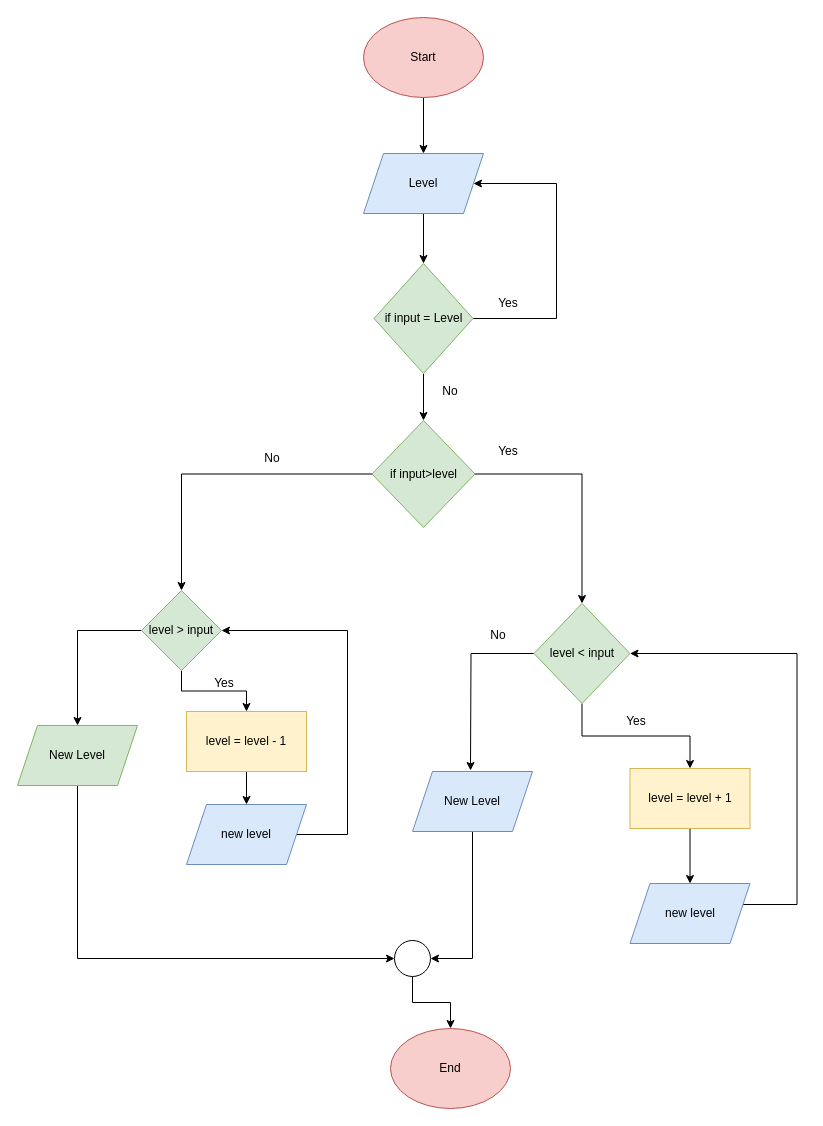
Before: Proteus simulation/Flowchart_task1.drawio in nhjoy/Elevator-Design-with-assembly, a draw.io diagram. Source tidied: cells renumbered, new cells numbered last; positions are measured from the earlier drawing's top-left corner, leaving out a move shared by most shapes. Both pictures are drawn from the tidied source at 100%, with x=0, y=0 at pixel (17, 17).
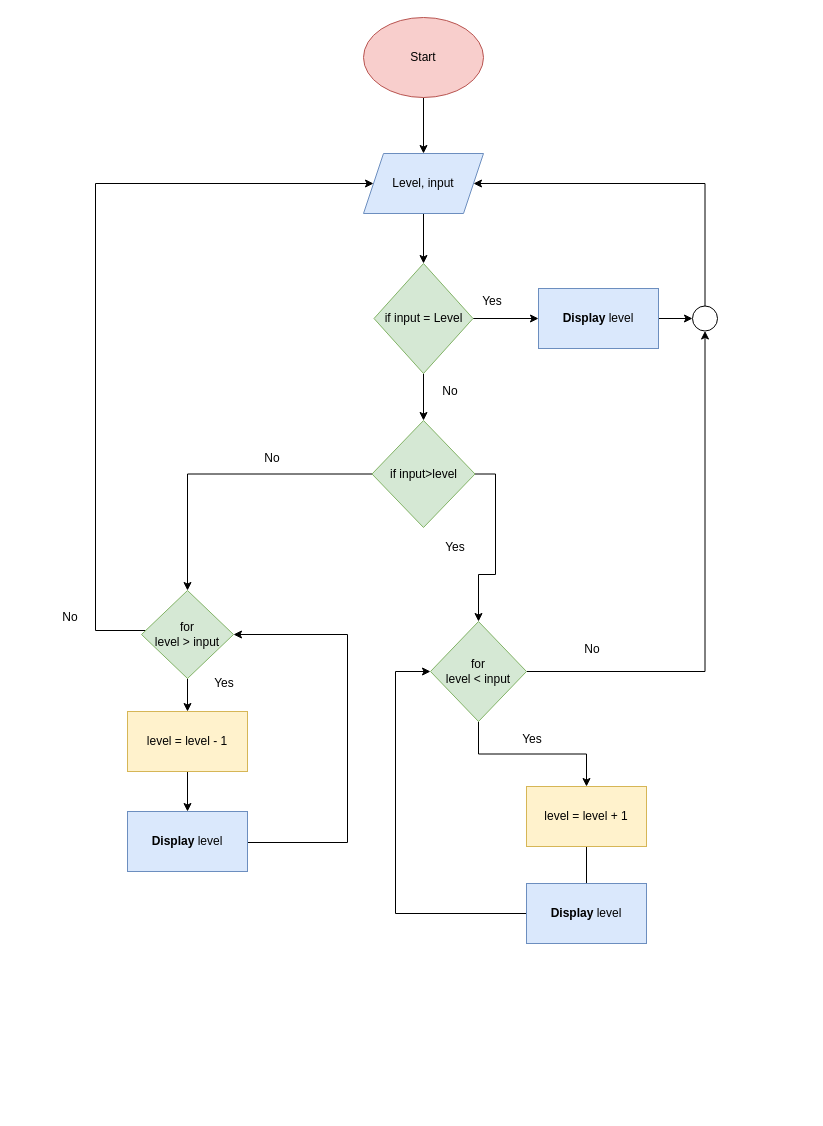
After the change.

The change refers to these unchanged cells:
```xml
<mxCell id="8" value="if input = Level" style="rhombus;whiteSpace=wrap;html=1;fillColor=#d5e8d4;strokeColor=#82b366;" parent="1" vertex="1">
  <mxGeometry x="356.5" y="246" width="99" height="110" as="geometry" />
</mxCell>
<mxCell id="12" value="if input&amp;gt;level" style="rhombus;whiteSpace=wrap;html=1;fillColor=#d5e8d4;strokeColor=#82b366;" parent="1" vertex="1">
  <mxGeometry x="354.5" y="403" width="103" height="107" as="geometry" />
</mxCell>
```

What changed in the source:
```diff
@@
-    <mxCell id="5" value="Level" style="shape=parallelogram;perimeter=parallelogramPerimeter;whiteSpace=wrap;html=1;fixedSize=1;fillColor=#dae8fc;strokeColor=#6c8ebf;" parent="1" vertex="1">
+    <mxCell id="5" value="Level, input" style="shape=parallelogram;perimeter=parallelogramPerimeter;whiteSpace=wrap;html=1;fixedSize=1;fillColor=#dae8fc;strokeColor=#6c8ebf;" parent="1" vertex="1">
       <mxGeometry x="346" y="136" width="120" height="60" as="geometry" />
     </mxCell>
-    <mxCell id="6" style="edgeStyle=orthogonalEdgeStyle;rounded=0;jettySize=auto;html=1;" parent="1" edge="1" source="8" target="5">
-      <mxGeometry relative="1" as="geometry">
-        <Array as="points">
-          <mxPoint x="539" y="301" />
-          <mxPoint x="539" y="166" />
-        </Array>
-      </mxGeometry>
-    </mxCell>
@@
+    <mxCell id="40" style="edgeStyle=orthogonalEdgeStyle;rounded=0;jettySize=auto;html=1;" parent="1" edge="1" source="8" target="50">
+      <mxGeometry relative="1" as="geometry" />
+    </mxCell>
@@
     <mxCell id="9" value="Yes" style="text;html=1;strokeColor=none;fillColor=none;align=center;verticalAlign=middle;whiteSpace=wrap;rounded=0;" parent="1" vertex="1">
-      <mxGeometry x="471" y="276" width="40" height="20" as="geometry" />
+      <mxGeometry x="455" y="274" width="40" height="20" as="geometry" />
     </mxCell>
     <mxCell id="10" style="edgeStyle=orthogonalEdgeStyle;rounded=0;jettySize=auto;html=1;" parent="1" edge="1" source="12" target="19">
-      <mxGeometry relative="1" as="geometry" />
+      <mxGeometry relative="1" as="geometry">
+        <Array as="points">
+          <mxPoint x="478" y="457" />
+          <mxPoint x="478" y="557" />
+          <mxPoint x="461" y="557" />
+        </Array>
+      </mxGeometry>
     </mxCell>
@@
-    <mxCell id="13" style="edgeStyle=orthogonalEdgeStyle;rounded=0;jettySize=auto;html=1;" parent="1" edge="1" source="14" target="22">
-      <mxGeometry relative="1" as="geometry" />
+    <mxCell id="13" style="edgeStyle=orthogonalEdgeStyle;rounded=0;jettySize=auto;html=1;" parent="1" edge="1" source="14">
+      <mxGeometry relative="1" as="geometry">
+        <mxPoint x="569" y="884" as="targetPoint" />
+      </mxGeometry>
     </mxCell>
     <mxCell id="14" value="level = level + 1" style="rounded=0;whiteSpace=wrap;html=1;fillColor=#fff2cc;strokeColor=#d6b656;" parent="1" vertex="1">
-      <mxGeometry x="612.5" y="751" width="120" height="60" as="geometry" />
+      <mxGeometry x="509" y="769" width="120" height="60" as="geometry" />
     </mxCell>
@@
     <mxCell id="16" value="Yes" style="text;html=1;strokeColor=none;fillColor=none;align=center;verticalAlign=middle;whiteSpace=wrap;rounded=0;" parent="1" vertex="1">
-      <mxGeometry x="471" y="424" width="40" height="20" as="geometry" />
+      <mxGeometry x="417.5" y="520" width="40" height="20" as="geometry" />
     </mxCell>
@@
-    <mxCell id="18" style="edgeStyle=orthogonalEdgeStyle;rounded=0;jettySize=auto;html=1;" parent="1" edge="1" source="19">
-      <mxGeometry relative="1" as="geometry">
-        <mxPoint x="453" y="753" as="targetPoint" />
-      </mxGeometry>
-    </mxCell>
+    <mxCell id="41" style="edgeStyle=orthogonalEdgeStyle;rounded=0;jettySize=auto;html=1;entryX=0.5;entryY=1;entryDx=0;entryDy=0;" parent="1" edge="1" source="19" target="47">
+      <mxGeometry relative="1" as="geometry" />
+    </mxCell>
-    <mxCell id="19" value="level &amp;lt; input" style="rhombus;whiteSpace=wrap;html=1;strokeColor=#82b366;fillColor=#d5e8d4;" parent="1" vertex="1">
-      <mxGeometry x="516.5" y="586" width="96" height="100" as="geometry" />
+    <mxCell id="19" value="for&lt;br&gt;level &amp;lt; input" style="rhombus;whiteSpace=wrap;html=1;strokeColor=#82b366;fillColor=#d5e8d4;" parent="1" vertex="1">
+      <mxGeometry x="413" y="604" width="96" height="100" as="geometry" />
     </mxCell>
     <mxCell id="20" value="Yes" style="text;html=1;strokeColor=none;fillColor=none;align=center;verticalAlign=middle;whiteSpace=wrap;rounded=0;" parent="1" vertex="1">
-      <mxGeometry x="598.5" y="694" width="40" height="20" as="geometry" />
+      <mxGeometry x="495" y="712" width="40" height="20" as="geometry" />
     </mxCell>
-    <mxCell id="21" style="edgeStyle=orthogonalEdgeStyle;rounded=0;jettySize=auto;html=1;entryX=1;entryY=0.5;entryDx=0;entryDy=0;" parent="1" edge="1" source="22" target="19">
-      <mxGeometry relative="1" as="geometry">
-        <Array as="points">
-          <mxPoint x="779.5" y="887" />
-          <mxPoint x="779.5" y="636" />
-        </Array>
-      </mxGeometry>
-    </mxCell>
-    <mxCell id="22" value="new level" style="shape=parallelogram;perimeter=parallelogramPerimeter;whiteSpace=wrap;html=1;fixedSize=1;fillColor=#dae8fc;strokeColor=#6c8ebf;" parent="1" vertex="1">
-      <mxGeometry x="612.5" y="866" width="120" height="60" as="geometry" />
-    </mxCell>
-    <mxCell id="23" style="edgeStyle=orthogonalEdgeStyle;rounded=0;jettySize=auto;html=1;entryX=1;entryY=0.5;entryDx=0;entryDy=0;" parent="1" edge="1" source="24" target="39">
-      <mxGeometry relative="1" as="geometry" />
-    </mxCell>
-    <mxCell id="24" value="New Level" style="shape=parallelogram;perimeter=parallelogramPerimeter;whiteSpace=wrap;html=1;fixedSize=1;fillColor=#dae8fc;strokeColor=#6c8ebf;" parent="1" vertex="1">
-      <mxGeometry x="395" y="754" width="120" height="60" as="geometry" />
-    </mxCell>
-    <mxCell id="25" value="No" style="text;html=1;strokeColor=none;fillColor=none;align=center;verticalAlign=middle;whiteSpace=wrap;rounded=0;" parent="1" vertex="1">
-      <mxGeometry x="461" y="608" width="40" height="20" as="geometry" />
-    </mxCell>
@@
-    <mxCell id="27" style="edgeStyle=orthogonalEdgeStyle;rounded=0;jettySize=auto;html=1;" parent="1" edge="1" source="28" target="36">
-      <mxGeometry relative="1" as="geometry" />
+    <mxCell id="27" style="edgeStyle=orthogonalEdgeStyle;rounded=0;jettySize=auto;html=1;entryX=0;entryY=0.5;entryDx=0;entryDy=0;" parent="1" edge="1" source="28" target="5">
+      <mxGeometry relative="1" as="geometry">
+        <Array as="points">
+          <mxPoint x="78" y="613" />
+          <mxPoint x="78" y="166" />
+        </Array>
+      </mxGeometry>
     </mxCell>
-    <mxCell id="28" value="level &amp;gt; input" style="rhombus;whiteSpace=wrap;html=1;strokeColor=#82b366;fillColor=#d5e8d4;" parent="1" vertex="1">
-      <mxGeometry x="124" y="573" width="80" height="80" as="geometry" />
+    <mxCell id="28" value="for&lt;br&gt;level &amp;gt; input" style="rhombus;whiteSpace=wrap;html=1;strokeColor=#82b366;fillColor=#d5e8d4;" parent="1" vertex="1">
+      <mxGeometry x="124" y="573" width="92" height="88" as="geometry" />
     </mxCell>
@@
-    <mxCell id="30" style="edgeStyle=orthogonalEdgeStyle;rounded=0;jettySize=auto;html=1;" parent="1" edge="1" source="31" target="33">
+    <mxCell id="30" style="edgeStyle=orthogonalEdgeStyle;rounded=0;jettySize=auto;html=1;entryX=0.5;entryY=0;entryDx=0;entryDy=0;" parent="1" edge="1" source="31" target="45">
       <mxGeometry relative="1" as="geometry" />
     </mxCell>
     <mxCell id="31" value="level = level - 1" style="rounded=0;whiteSpace=wrap;html=1;fillColor=#fff2cc;strokeColor=#d6b656;" parent="1" vertex="1">
-      <mxGeometry x="169" y="694" width="120" height="60" as="geometry" />
+      <mxGeometry x="110" y="694" width="120" height="60" as="geometry" />
     </mxCell>
-    <mxCell id="32" style="edgeStyle=orthogonalEdgeStyle;rounded=0;jettySize=auto;html=1;entryX=1;entryY=0.5;entryDx=0;entryDy=0;" parent="1" edge="1" source="33" target="28">
+    <mxCell id="32" style="edgeStyle=orthogonalEdgeStyle;rounded=0;jettySize=auto;html=1;entryX=1;entryY=0.5;entryDx=0;entryDy=0;exitX=1;exitY=0.5;exitDx=0;exitDy=0;" parent="1" edge="1" source="45" target="28">
       <mxGeometry relative="1" as="geometry">
         <Array as="points">
-          <mxPoint x="330" y="817" />
-          <mxPoint x="330" y="613" />
+          <mxPoint x="230" y="825" />
+          <mxPoint x="330" y="825" />
+          <mxPoint x="330" y="617" />
         </Array>
       </mxGeometry>
     </mxCell>
-    <mxCell id="33" value="new level" style="shape=parallelogram;perimeter=parallelogramPerimeter;whiteSpace=wrap;html=1;fixedSize=1;fillColor=#dae8fc;strokeColor=#6c8ebf;" parent="1" vertex="1">
-      <mxGeometry x="169" y="787" width="120" height="60" as="geometry" />
-    </mxCell>
@@
-    <mxCell id="35" style="edgeStyle=orthogonalEdgeStyle;rounded=0;jettySize=auto;html=1;entryX=0;entryY=0.5;entryDx=0;entryDy=0;" parent="1" edge="1" source="36" target="39">
-      <mxGeometry relative="1" as="geometry">
-        <Array as="points">
-          <mxPoint x="60" y="941" />
-        </Array>
-      </mxGeometry>
-    </mxCell>
-    <mxCell id="36" value="New Level" style="shape=parallelogram;perimeter=parallelogramPerimeter;whiteSpace=wrap;html=1;fixedSize=1;strokeColor=#82b366;fillColor=#d5e8d4;" parent="1" vertex="1">
-      <mxGeometry y="708" width="120" height="60" as="geometry" />
-    </mxCell>
-    <mxCell id="37" value="End" style="ellipse;whiteSpace=wrap;html=1;fillColor=#f8cecc;strokeColor=#b85450;" parent="1" vertex="1">
-      <mxGeometry x="373" y="1011" width="120" height="80" as="geometry" />
-    </mxCell>
-    <mxCell id="38" style="edgeStyle=orthogonalEdgeStyle;rounded=0;jettySize=auto;html=1;entryX=0.5;entryY=0;entryDx=0;entryDy=0;" parent="1" edge="1" source="39" target="37">
-      <mxGeometry relative="1" as="geometry" />
-    </mxCell>
-    <mxCell id="39" style="ellipse;whiteSpace=wrap;html=1;" parent="1" vertex="1">
-      <mxGeometry x="377" y="923" width="36" height="36" as="geometry" />
-    </mxCell>
+    <mxCell id="42" style="edgeStyle=orthogonalEdgeStyle;rounded=0;jettySize=auto;html=1;entryX=0;entryY=0.5;entryDx=0;entryDy=0;" parent="1" edge="1" source="43" target="19">
+      <mxGeometry relative="1" as="geometry">
+        <Array as="points">
+          <mxPoint x="378" y="896" />
+          <mxPoint x="378" y="654" />
+        </Array>
+      </mxGeometry>
+    </mxCell>
+    <mxCell id="43" value="&lt;b&gt;Display &lt;/b&gt;level" style="rounded=0;whiteSpace=wrap;html=1;fillColor=#dae8fc;strokeColor=#6c8ebf;" parent="1" vertex="1">
+      <mxGeometry x="509" y="866" width="120" height="60" as="geometry" />
+    </mxCell>
+    <mxCell id="44" value="No" style="text;html=1;strokeColor=none;fillColor=none;align=center;verticalAlign=middle;whiteSpace=wrap;rounded=0;" parent="1" vertex="1">
+      <mxGeometry x="33" y="590" width="40" height="20" as="geometry" />
+    </mxCell>
+    <mxCell id="45" value="&lt;b&gt;Display &lt;/b&gt;level" style="rounded=0;whiteSpace=wrap;html=1;fillColor=#dae8fc;strokeColor=#6c8ebf;" parent="1" vertex="1">
+      <mxGeometry x="110" y="794" width="120" height="60" as="geometry" />
+    </mxCell>
+    <mxCell id="46" style="edgeStyle=orthogonalEdgeStyle;rounded=0;jettySize=auto;html=1;entryX=1;entryY=0.5;entryDx=0;entryDy=0;" parent="1" edge="1" source="47" target="5">
+      <mxGeometry relative="1" as="geometry">
+        <Array as="points">
+          <mxPoint x="688" y="166" />
+        </Array>
+      </mxGeometry>
+    </mxCell>
+    <mxCell id="47" style="ellipse;whiteSpace=wrap;html=1;" parent="1" vertex="1">
+      <mxGeometry x="675" y="288.5" width="25" height="25" as="geometry" />
+    </mxCell>
+    <mxCell id="48" value="No" style="text;html=1;strokeColor=none;fillColor=none;align=center;verticalAlign=middle;whiteSpace=wrap;rounded=0;" parent="1" vertex="1">
+      <mxGeometry x="555" y="622" width="40" height="20" as="geometry" />
+    </mxCell>
+    <mxCell id="49" style="edgeStyle=orthogonalEdgeStyle;rounded=0;jettySize=auto;html=1;" parent="1" edge="1" source="50" target="47">
+      <mxGeometry relative="1" as="geometry" />
+    </mxCell>
+    <mxCell id="50" value="&lt;b&gt;Display &lt;/b&gt;level" style="rounded=0;whiteSpace=wrap;html=1;fillColor=#dae8fc;strokeColor=#6c8ebf;" parent="1" vertex="1">
+      <mxGeometry x="521" y="271" width="120" height="60" as="geometry" />
+    </mxCell>
```
